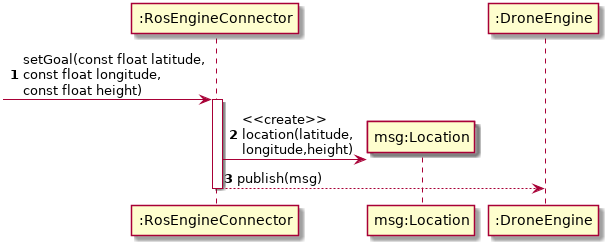
Earlier version of the PlantUML export Docs/DesignDocumenten/UML/out/ros/sequence/setDroneGoal/setDroneGoal.png (mauriceberentsen/Automated-Drone-Distribution-Network).
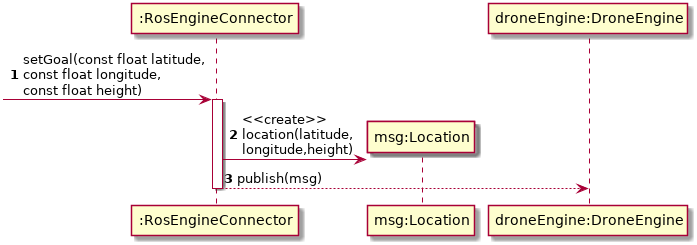
The same diagram one commit later.

Diff of the diagram source:
```diff
@@ -2,7 +2,7 @@
 autonumber
 participant ":RosEngineConnector" as REC
 participant "msg:Location" as msg
-participant ":DroneEngine" as DE
+participant "droneEngine:DroneEngine" as DE
 
 [-> REC : setGoal(const float latitude,\nconst float longitude,\nconst float height)
 activate REC
```
